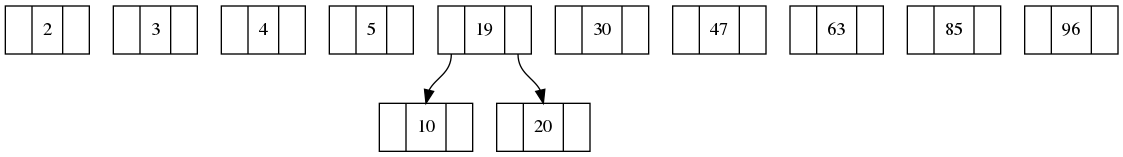
This is arbol.png from carlosE17/finaledd, a Graphviz export, as it was before one commit. Its source is kept beside it as arbol.dot.
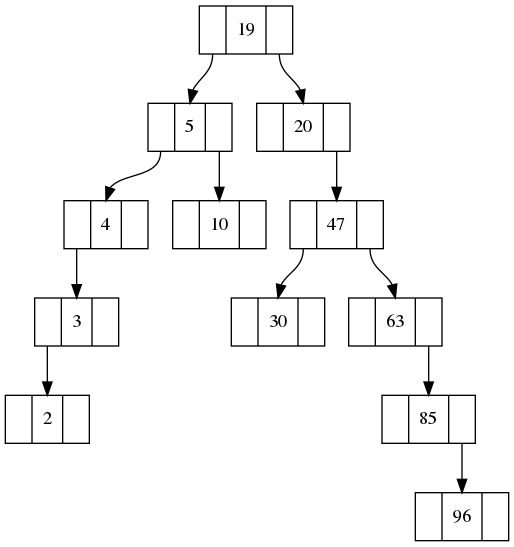
Above is the later version.

Diff of the diagram source:
```diff
@@ -12,6 +12,15 @@
 node63[ label ="<f0> | <f1>63| <f2> "];
 node85[ label ="<f0> | <f1>85| <f2> "];
 node96[ label ="<f0> | <f1>96| <f2> "];
-"node19":f0->"node10":f1;
+"node19":f0->"node5":f1;
+"node5":f0->"node4":f1;
+"node4":f0->"node3":f1;
+"node3":f0->"node2":f1;
+"node5":f2->"node10":f1;
 "node19":f2->"node20":f1;
+"node20":f2->"node47":f1;
+"node47":f2->"node63":f1;
+"node63":f2->"node85":f1;
+"node85":f2->"node96":f1;
+"node47":f0->"node30":f1;
 }
```
